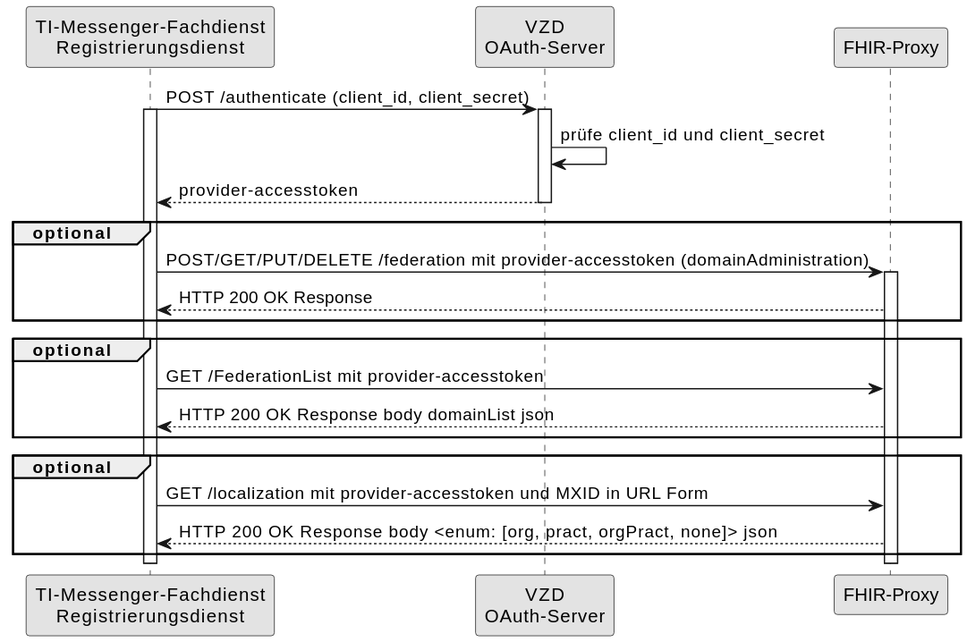
The PlantUML diagram images/diagrams/SequenceDiagram.FHIR-Directory.tim_provider_services.svg in gematik/api-vzd, before a commit.
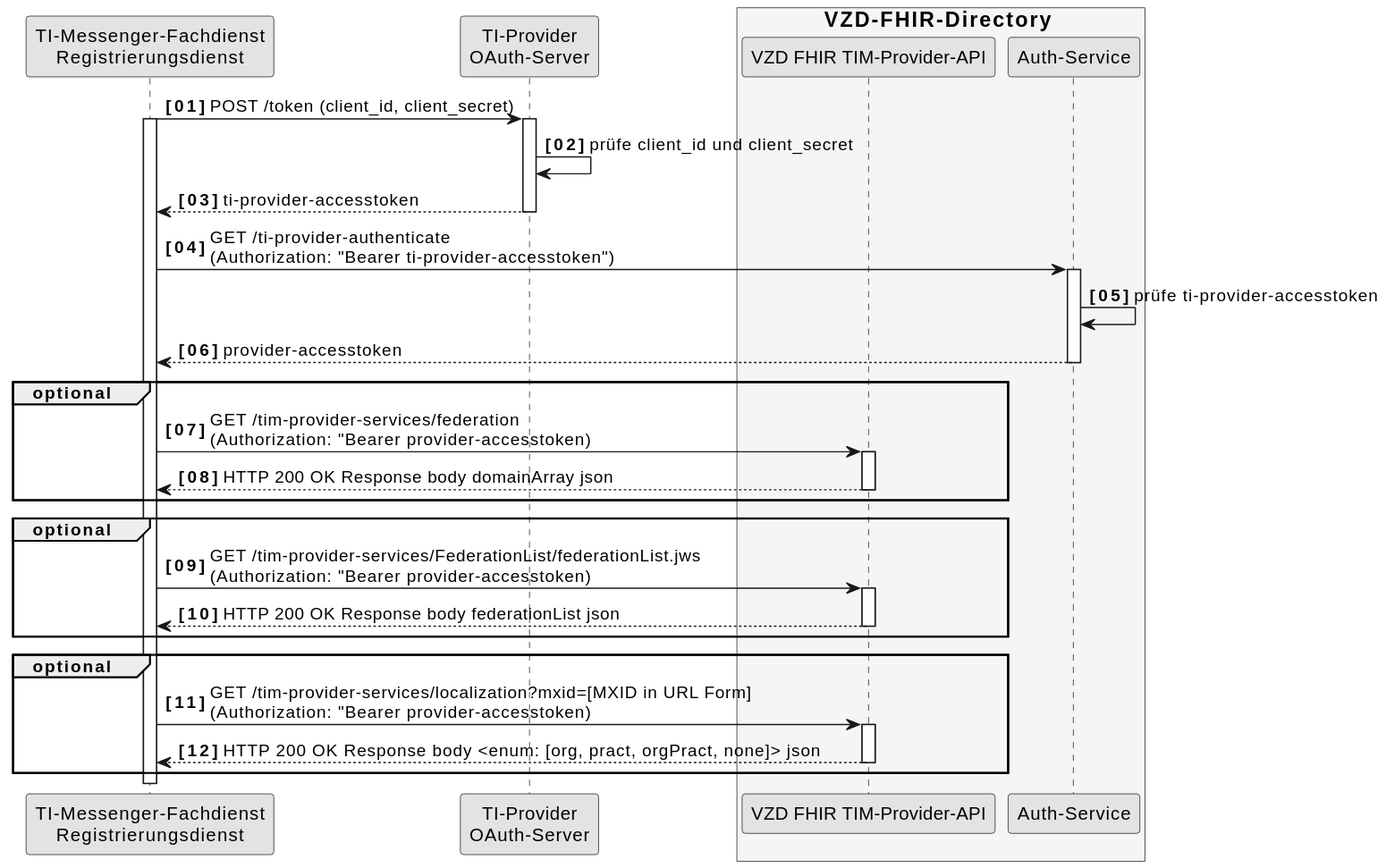
After the change.

Commit message:
Commit from GitHub Actions (GeneratePlantumlImages)

Diff of the diagram source:
```diff
@@ -1,32 +1,46 @@
-@startuml I_VZD_TIM_Provider_Services
+@startuml SequenceDiagram.FHIR-Directory.tim_provider_services
 skinparam dpi 100
 skinparam WrapWidth 200
 skinparam monochrome true
+autonumber "<b>[00]"
 
 participant rd as "TI-Messenger-Fachdienst\nRegistrierungsdienst"
-participant oa as "VZD\nOAuth-Server"
-participant fp as "FHIR-Proxy"
+participant oa as "TI-Provider\nOAuth-Server"
+box <size:16>VZD-FHIR-Directory</size> #WhiteSmoke
+participant fp as "VZD FHIR TIM-Provider-API"
+participant fa as "Auth-Service"
+end box
 
-rd -> oa: POST /authenticate (client_id, client_secret)
+rd -> oa: POST /token (client_id, client_secret)
 activate rd
 activate oa
 oa -> oa: prüfe client_id und client_secret
-oa --> rd: provider-accesstoken
+oa --> rd: ti-provider-accesstoken
 deactivate oa
+
+rd -> fa: GET /ti-provider-authenticate\n(Authorization: "Bearer ti-provider-accesstoken")
+activate fa
+fa -> fa: prüfe ti-provider-accesstoken
+fa --> rd: provider-accesstoken
+deactivate fa
+
 group optional
-rd -> fp: POST/GET/PUT/DELETE /federation mit provider-accesstoken (domainAdministration)
+rd -> fp: GET /tim-provider-services/federation\n(Authorization: "Bearer provider-accesstoken)
 activate fp
-fp --> rd: HTTP 200 OK Response
+fp --> rd: HTTP 200 OK Response body domainArray json
+deactivate fp
 end
 group optional
-rd -> fp: GET /FederationList mit provider-accesstoken
-fp --> rd: HTTP 200 OK Response body domainList json
+rd -> fp: GET /tim-provider-services/FederationList/federationList.jws\n(Authorization: "Bearer provider-accesstoken)
+activate fp
+fp --> rd: HTTP 200 OK Response body federationList json
+deactivate fp
 end
 group optional
-rd -> fp: GET /localization mit provider-accesstoken und MXID in URL Form
+rd -> fp: GET /tim-provider-services/localization?mxid=[MXID in URL Form]\n(Authorization: "Bearer provider-accesstoken)
+activate fp
 fp --> rd: HTTP 200 OK Response body <enum: [org, pract, orgPract, none]> json
+deactivate fp
 end
 
-deactivate fp
-deactivate rd
 @enduml
```
